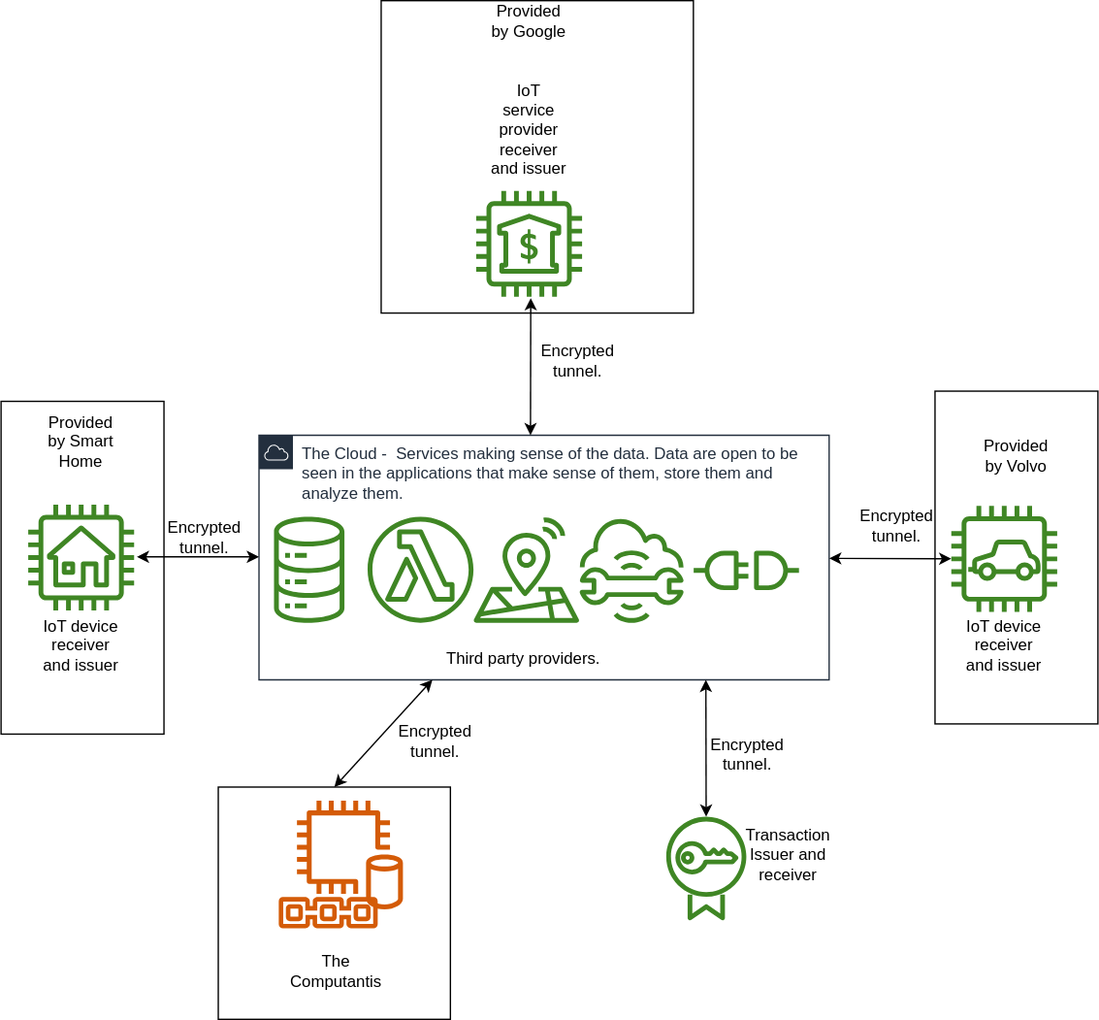
This is docs/assets/img/computantis-cloud.drawio.svg from TheBlueDotGame/The-Accountant, a draw.io export, as it was before one commit. Source tidied: cells renumbered, new cells last; positions are measured from the earlier drawing's top-left corner, leaving out a move shared by most shapes. Source of this version:
```xml
<mxGraphModel>
  <root>
    <mxCell id="0" />
    <mxCell id="1" parent="0" />
    <mxCell id="2" style="whiteSpace=wrap;html=1;" parent="1" vertex="1">
      <mxGeometry x="280" width="230" height="230" as="geometry" />
    </mxCell>
    <mxCell id="3" style="rounded=0;whiteSpace=wrap;html=1;" parent="1" vertex="1">
      <mxGeometry y="295" width="120" height="245" as="geometry" />
    </mxCell>
    <mxCell id="4" style="rounded=0;whiteSpace=wrap;html=1;" parent="1" vertex="1">
      <mxGeometry x="688" y="287.5" width="120" height="245" as="geometry" />
    </mxCell>
    <mxCell id="5" value="&lt;div&gt;The Cloud -&amp;nbsp; Services making sense of the data. Data are open to be seen in the applications that make sense of them, store them and analyze them. &lt;br&gt;&lt;/div&gt;&lt;div&gt;&lt;br&gt;&lt;/div&gt;" style="points=[[0,0],[0.25,0],[0.5,0],[0.75,0],[1,0],[1,0.25],[1,0.5],[1,0.75],[1,1],[0.75,1],[0.5,1],[0.25,1],[0,1],[0,0.75],[0,0.5],[0,0.25]];outlineConnect=0;gradientColor=none;html=1;whiteSpace=wrap;fontSize=12;fontStyle=0;shape=mxgraph.aws4.group;grIcon=mxgraph.aws4.group_aws_cloud;strokeColor=#232F3E;fillColor=none;verticalAlign=top;align=left;spacingLeft=30;fontColor=#232F3E;dashed=0;" parent="1" vertex="1">
      <mxGeometry x="190" y="320" width="420" height="180" as="geometry" />
    </mxCell>
    <mxCell id="6" style="sketch=0;fontColor=#232F3E;gradientColor=none;fillColor=#3F8624;strokeColor=none;dashed=0;verticalLabelPosition=bottom;verticalAlign=top;align=center;html=1;fontSize=12;fontStyle=0;shape=mxgraph.aws4.iot_analytics_data_store;" parent="5" vertex="1">
      <mxGeometry x="10" y="60" width="54" height="78" as="geometry" />
    </mxCell>
    <mxCell id="7" style="sketch=0;fontColor=#232F3E;gradientColor=none;fillColor=#3F8624;strokeColor=none;dashed=0;verticalLabelPosition=bottom;verticalAlign=top;align=center;html=1;fontSize=12;fontStyle=0;shape=mxgraph.aws4.lambda_function;" parent="5" vertex="1">
      <mxGeometry x="80" y="60" width="78" height="78" as="geometry" />
    </mxCell>
    <mxCell id="8" style="sketch=0;fontColor=#232F3E;gradientColor=none;fillColor=#3F8624;strokeColor=none;dashed=0;verticalLabelPosition=bottom;verticalAlign=top;align=center;html=1;fontSize=12;fontStyle=0;shape=mxgraph.aws4.iot_core_device_location;" parent="5" vertex="1">
      <mxGeometry x="158" y="60" width="78" height="78" as="geometry" />
    </mxCell>
    <mxCell id="9" style="sketch=0;fontColor=#232F3E;gradientColor=none;fillColor=#3F8624;strokeColor=none;dashed=0;verticalLabelPosition=bottom;verticalAlign=top;align=center;html=1;fontSize=12;fontStyle=0;shape=mxgraph.aws4.iot_core_device_advisor;" parent="5" vertex="1">
      <mxGeometry x="236" y="60" width="77" height="78" as="geometry" />
    </mxCell>
    <mxCell id="10" style="sketch=0;fontColor=#232F3E;gradientColor=none;fillColor=#3F8624;strokeColor=none;dashed=0;verticalLabelPosition=bottom;verticalAlign=top;align=center;html=1;fontSize=12;fontStyle=0;shape=mxgraph.aws4.connector;" parent="5" vertex="1">
      <mxGeometry x="320" y="85" width="78" height="29" as="geometry" />
    </mxCell>
    <mxCell id="11" value="Third party providers." style="text;html=1;strokeColor=none;fillColor=none;align=center;verticalAlign=middle;whiteSpace=wrap;rounded=0;" parent="5" vertex="1">
      <mxGeometry x="120" y="150" width="150" height="30" as="geometry" />
    </mxCell>
    <mxCell id="12" style="sketch=0;fontColor=#232F3E;gradientColor=none;fillColor=#3F8624;strokeColor=none;dashed=0;verticalLabelPosition=bottom;verticalAlign=top;align=center;html=1;fontSize=12;fontStyle=0;shape=mxgraph.aws4.bank;" parent="1" vertex="1">
      <mxGeometry x="350" y="140" width="78" height="78" as="geometry" />
    </mxCell>
    <mxCell id="13" style="sketch=0;fontColor=#232F3E;gradientColor=none;fillColor=#3F8624;strokeColor=none;dashed=0;verticalLabelPosition=bottom;verticalAlign=top;align=center;html=1;fontSize=12;fontStyle=0;shape=mxgraph.aws4.house;" parent="1" vertex="1">
      <mxGeometry x="20" y="371" width="78" height="78" as="geometry" />
    </mxCell>
    <mxCell id="14" style="sketch=0;outlineConnect=0;fontColor=#232F3E;gradientColor=none;fillColor=#3F8624;strokeColor=none;dashed=0;verticalLabelPosition=bottom;verticalAlign=top;align=center;html=1;fontSize=12;fontStyle=0;shape=mxgraph.aws4.car;" parent="1" vertex="1">
      <mxGeometry x="700" y="372" width="78" height="78" as="geometry" />
    </mxCell>
    <mxCell id="15" style="sketch=0;outlineConnect=0;fontColor=#232F3E;gradientColor=none;fillColor=#3F8624;strokeColor=none;dashed=0;verticalLabelPosition=bottom;verticalAlign=top;align=center;html=1;fontSize=12;fontStyle=0;shape=mxgraph.aws4.certificate_manager;" parent="1" vertex="1">
      <mxGeometry x="490" y="600" width="59" height="78" as="geometry" />
    </mxCell>
    <mxCell id="16" style="whiteSpace=wrap;html=1;" parent="1" vertex="1">
      <mxGeometry x="160" y="579" width="171" height="171" as="geometry" />
    </mxCell>
    <mxCell id="17" style="sketch=0;fontColor=#232F3E;gradientColor=none;fillColor=#D45B07;strokeColor=none;dashed=0;verticalLabelPosition=bottom;verticalAlign=top;align=center;html=1;fontSize=12;fontStyle=0;shape=mxgraph.aws4.blockchain_resource;" parent="1" vertex="1">
      <mxGeometry x="202" y="660" width="78" height="23" as="geometry" />
    </mxCell>
    <mxCell id="18" style="sketch=0;fontColor=#232F3E;gradientColor=none;fillColor=#D45B07;strokeColor=none;dashed=0;verticalLabelPosition=bottom;verticalAlign=top;align=center;html=1;fontSize=12;fontStyle=0;shape=mxgraph.aws4.db_on_instance2;" parent="1" vertex="1">
      <mxGeometry x="217" y="589" width="80" height="80" as="geometry" />
    </mxCell>
    <mxCell id="19" style="endArrow=classic;startArrow=classic;html=1;rounded=0;" parent="1" edge="1" source="15">
      <mxGeometry relative="1" as="geometry">
        <mxPoint x="519.2" y="500" as="targetPoint" />
      </mxGeometry>
    </mxCell>
    <mxCell id="20" style="endArrow=classic;startArrow=classic;html=1;rounded=0;entryX=0.5;entryY=0;entryDx=0;entryDy=0;" parent="1" edge="1" source="5" target="16">
      <mxGeometry relative="1" as="geometry" />
    </mxCell>
    <mxCell id="21" value="Encrypted tunnel." style="text;html=1;strokeColor=none;fillColor=none;align=center;verticalAlign=middle;whiteSpace=wrap;rounded=0;" parent="1" vertex="1">
      <mxGeometry x="290" y="530" width="60" height="30" as="geometry" />
    </mxCell>
    <mxCell id="22" value="Encrypted tunnel." style="text;html=1;strokeColor=none;fillColor=none;align=center;verticalAlign=middle;whiteSpace=wrap;rounded=0;" parent="1" vertex="1">
      <mxGeometry x="520" y="540" width="60" height="30" as="geometry" />
    </mxCell>
    <mxCell id="23" value="Encrypted tunnel." style="text;html=1;strokeColor=none;fillColor=none;align=center;verticalAlign=middle;whiteSpace=wrap;rounded=0;" parent="1" vertex="1">
      <mxGeometry x="630" y="372" width="60" height="30" as="geometry" />
    </mxCell>
    <mxCell id="24" style="endArrow=classic;startArrow=classic;html=1;rounded=0;" parent="1" edge="1" source="5" target="14">
      <mxGeometry relative="1" as="geometry" />
    </mxCell>
    <mxCell id="25" style="endArrow=classic;startArrow=classic;html=1;rounded=0;" parent="1" edge="1">
      <mxGeometry relative="1" as="geometry">
        <mxPoint x="100" y="409.5" as="sourcePoint" />
        <mxPoint x="190" y="409.5" as="targetPoint" />
      </mxGeometry>
    </mxCell>
    <mxCell id="26" value="Encrypted tunnel." style="text;html=1;strokeColor=none;fillColor=none;align=center;verticalAlign=middle;whiteSpace=wrap;rounded=0;" parent="1" vertex="1">
      <mxGeometry x="120" y="380" width="60" height="30" as="geometry" />
    </mxCell>
    <mxCell id="27" style="endArrow=classic;startArrow=classic;html=1;rounded=0;" parent="1" edge="1">
      <mxGeometry relative="1" as="geometry">
        <mxPoint x="390" y="320" as="sourcePoint" />
        <mxPoint x="390.2" y="219" as="targetPoint" />
      </mxGeometry>
    </mxCell>
    <mxCell id="28" value="Encrypted tunnel." style="text;html=1;strokeColor=none;fillColor=none;align=center;verticalAlign=middle;whiteSpace=wrap;rounded=0;" parent="1" vertex="1">
      <mxGeometry x="395" y="250" width="60" height="30" as="geometry" />
    </mxCell>
    <mxCell id="29" value="Transaction &lt;br&gt;&lt;div&gt;Issuer and receiver&lt;/div&gt;" style="text;html=1;strokeColor=none;fillColor=none;align=center;verticalAlign=middle;whiteSpace=wrap;rounded=0;" parent="1" vertex="1">
      <mxGeometry x="550" y="614" width="60" height="30" as="geometry" />
    </mxCell>
    <mxCell id="30" value="&lt;div&gt;IoT device &lt;br&gt;&lt;/div&gt;&lt;div&gt;receiver and issuer&lt;/div&gt;" style="text;html=1;strokeColor=none;fillColor=none;align=center;verticalAlign=middle;whiteSpace=wrap;rounded=0;" parent="1" vertex="1">
      <mxGeometry x="709" y="460" width="60" height="30" as="geometry" />
    </mxCell>
    <mxCell id="31" value="&lt;div&gt;IoT device &lt;br&gt;&lt;/div&gt;&lt;div&gt;receiver and issuer&lt;/div&gt;" style="text;html=1;strokeColor=none;fillColor=none;align=center;verticalAlign=middle;whiteSpace=wrap;rounded=0;" parent="1" vertex="1">
      <mxGeometry x="29" y="460" width="60" height="30" as="geometry" />
    </mxCell>
    <mxCell id="32" value="&lt;div&gt;IoT service &lt;br&gt;&lt;/div&gt;&lt;div&gt;provider &lt;br&gt;&lt;/div&gt;&lt;div&gt;receiver and issuer&lt;/div&gt;" style="text;html=1;strokeColor=none;fillColor=none;align=center;verticalAlign=middle;whiteSpace=wrap;rounded=0;" parent="1" vertex="1">
      <mxGeometry x="359" y="80" width="60" height="30" as="geometry" />
    </mxCell>
    <mxCell id="33" value="Provided by Smart Home" style="text;html=1;strokeColor=none;fillColor=none;align=center;verticalAlign=middle;whiteSpace=wrap;rounded=0;" parent="1" vertex="1">
      <mxGeometry x="29" y="310" width="60" height="30" as="geometry" />
    </mxCell>
    <mxCell id="34" value="Provided by Volvo" style="text;html=1;strokeColor=none;fillColor=none;align=center;verticalAlign=middle;whiteSpace=wrap;rounded=0;" parent="1" vertex="1">
      <mxGeometry x="718" y="320" width="60" height="30" as="geometry" />
    </mxCell>
    <mxCell id="35" value="Provided by Google" style="text;html=1;strokeColor=none;fillColor=none;align=center;verticalAlign=middle;whiteSpace=wrap;rounded=0;" parent="1" vertex="1">
      <mxGeometry x="359" width="60" height="30" as="geometry" />
    </mxCell>
    <mxCell id="36" value="The Computantis " style="text;html=1;strokeColor=none;fillColor=none;align=center;verticalAlign=middle;whiteSpace=wrap;rounded=0;" parent="1" vertex="1">
      <mxGeometry x="217" y="700" width="60" height="30" as="geometry" />
    </mxCell>
  </root>
</mxGraphModel>
```
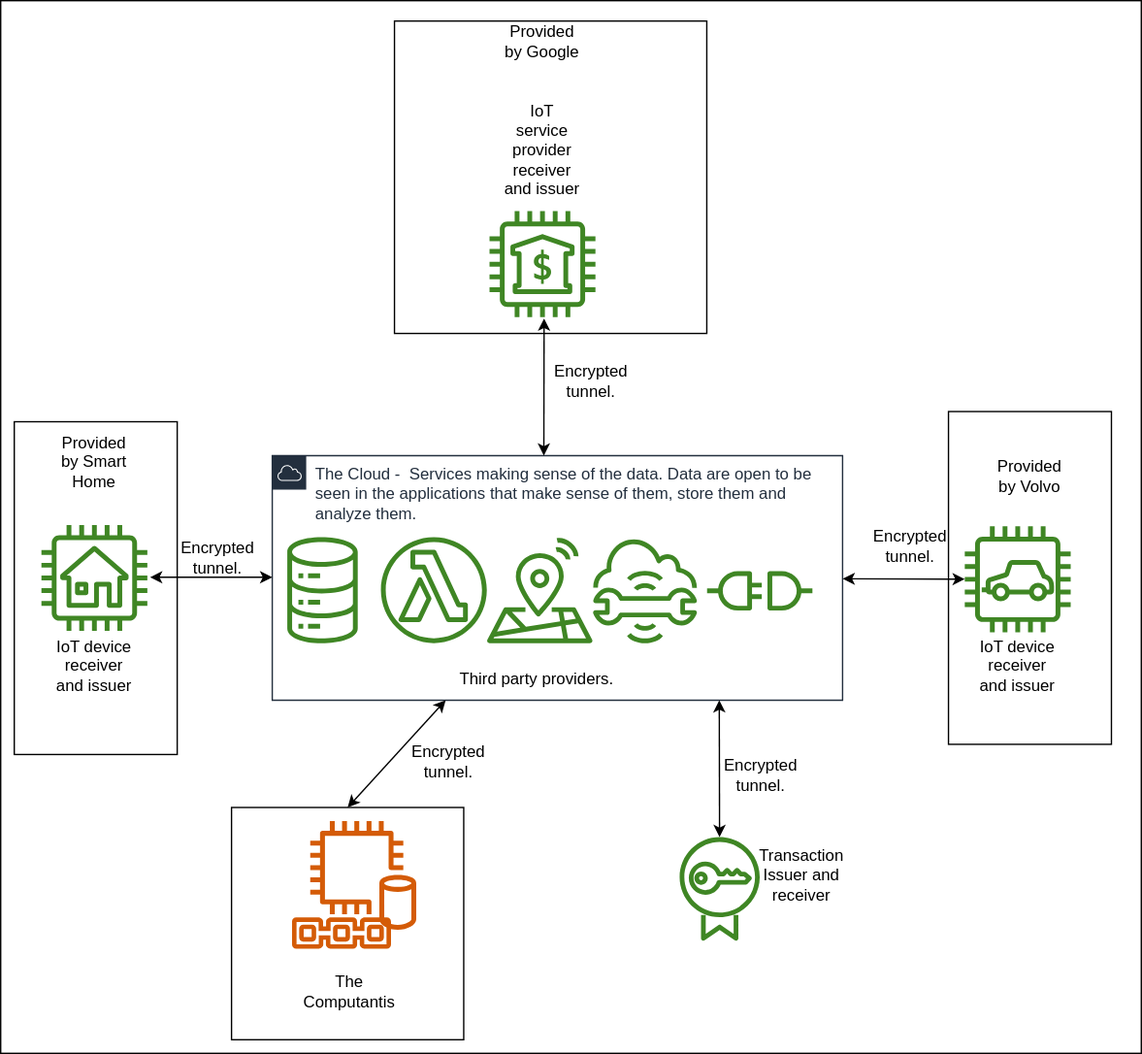
After the change.

Change to the diagram source:
```diff
@@ -2,6 +2,9 @@
   <root>
     <mxCell id="0" />
     <mxCell id="1" parent="0" />
+    <mxCell id="37" style="rounded=0;whiteSpace=wrap;html=1;" parent="1" vertex="1">
+      <mxGeometry x="-10" y="-15" width="840" height="775" as="geometry" />
+    </mxCell>
     <mxCell id="2" style="whiteSpace=wrap;html=1;" parent="1" vertex="1">
       <mxGeometry x="280" width="230" height="230" as="geometry" />
     </mxCell>
```
